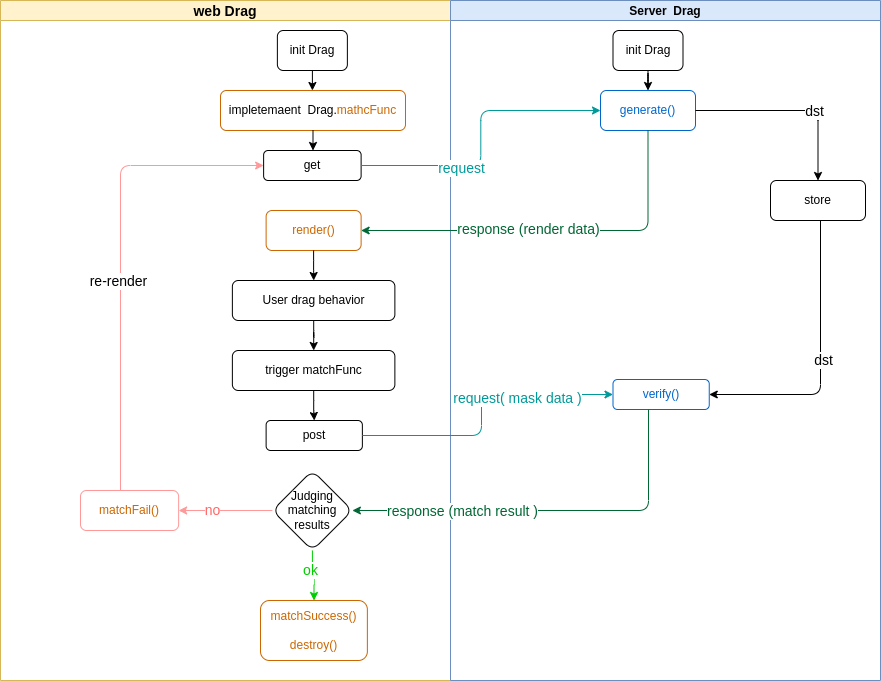
Earlier version of the draw.io export docs/logic.png (RLOFLS/drag-captcha). Source tidied: cells renumbered, new cells last; positions are measured from the earlier drawing's top-left corner, leaving out a move shared by most shapes.
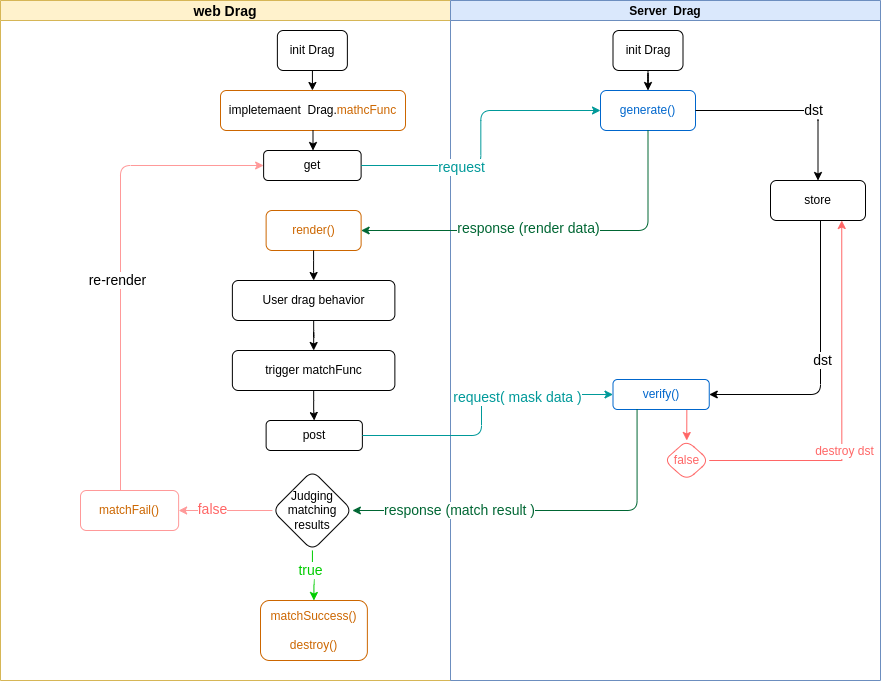
Above is the later version.

What changed in the source:
```diff
@@ -50,7 +50,7 @@
     <mxCell id="17" style="edgeStyle=orthogonalEdgeStyle;rounded=1;jettySize=auto;html=1;fontSize=14;strokeColor=#00CC00;" parent="2" edge="1" source="15" target="16">
       <mxGeometry relative="1" as="geometry" />
     </mxCell>
-    <mxCell id="18" value="ok" style="edgeLabel;html=1;align=center;verticalAlign=middle;fontSize=14;fontColor=#00CC00;" parent="17" vertex="1">
+    <mxCell id="18" value="true" style="edgeLabel;html=1;align=center;verticalAlign=middle;fontSize=14;fontColor=#00CC00;" parent="17" vertex="1">
       <mxGeometry x="-0.24" y="-2" relative="1" as="geometry" />
     </mxCell>
     <mxCell id="19" style="edgeStyle=orthogonalEdgeStyle;rounded=1;jettySize=auto;html=1;entryX=0;entryY=0.5;entryDx=0;entryDy=0;fontSize=14;strokeColor=#FF9999;" parent="2" edge="1" source="21" target="7">
@@ -69,7 +69,7 @@
     <mxCell id="22" style="edgeStyle=orthogonalEdgeStyle;rounded=1;jettySize=auto;html=1;fontSize=14;fontColor=#FF6666;strokeColor=#FF9999;" parent="2" edge="1" source="15" target="21">
       <mxGeometry relative="1" as="geometry" />
     </mxCell>
-    <mxCell id="23" value="no" style="edgeLabel;html=1;align=center;verticalAlign=middle;fontSize=14;fontColor=#FF6666;" parent="22" vertex="1">
+    <mxCell id="23" value="false" style="edgeLabel;html=1;align=center;verticalAlign=middle;fontSize=14;fontColor=#FF6666;" parent="22" vertex="1">
       <mxGeometry x="0.28" y="-1" relative="1" as="geometry" />
     </mxCell>
     <mxCell id="24" value="Server  Drag" style="swimlane;startSize=20;fillColor=#dae8fc;strokeColor=#6c8ebf;" parent="1" vertex="1">
@@ -97,6 +97,9 @@
     <mxCell id="30" value="dst" style="edgeLabel;html=1;align=center;verticalAlign=middle;fontSize=14;" parent="29" vertex="1">
       <mxGeometry x="0.22" relative="1" as="geometry" />
     </mxCell>
+    <mxCell id="42" style="edgeStyle=orthogonalEdgeStyle;rounded=0;jettySize=auto;html=1;exitX=0.75;exitY=1;exitDx=0;exitDy=0;entryX=0.5;entryY=0;entryDx=0;entryDy=0;strokeColor=#FF6666;" parent="24" edge="1" source="31" target="45">
+      <mxGeometry relative="1" as="geometry" />
+    </mxCell>
     <mxCell id="31" value="&lt;font color=&quot;#0066cc&quot;&gt;verify()&lt;/font&gt;" style="rounded=1;whiteSpace=wrap;html=1;strokeColor=#0066CC;" parent="24" vertex="1">
       <mxGeometry x="162.5" y="379" width="96.2" height="30" as="geometry" />
     </mxCell>
@@ -106,6 +109,15 @@
     <mxCell id="33" value="init Drag" style="rounded=1;whiteSpace=wrap;html=1;" parent="24" vertex="1">
       <mxGeometry x="162.5" y="30" width="70" height="40" as="geometry" />
     </mxCell>
+    <mxCell id="43" style="edgeStyle=orthogonalEdgeStyle;rounded=0;jettySize=auto;html=1;entryX=0.75;entryY=1;entryDx=0;entryDy=0;strokeColor=#FF6666;" parent="24" edge="1" source="45" target="28">
+      <mxGeometry relative="1" as="geometry" />
+    </mxCell>
+    <mxCell id="44" value="&lt;font color=&quot;#ff6666&quot;&gt;destroy dst&lt;/font&gt;" style="edgeLabel;html=1;align=center;verticalAlign=middle;" parent="43" vertex="1">
+      <mxGeometry x="-0.24" y="-2" relative="1" as="geometry" />
+    </mxCell>
+    <mxCell id="45" value="&lt;font color=&quot;#ff6666&quot;&gt;false&lt;/font&gt;" style="rhombus;whiteSpace=wrap;html=1;rounded=1;strokeColor=#FF6666;" parent="24" vertex="1">
+      <mxGeometry x="213.8" y="440" width="45" height="40" as="geometry" />
+    </mxCell>
     <mxCell id="34" style="edgeStyle=orthogonalEdgeStyle;rounded=1;jettySize=auto;html=1;entryX=0;entryY=0.5;entryDx=0;entryDy=0;exitX=1;exitY=0.5;exitDx=0;exitDy=0;strokeColor=#009999;" parent="1" edge="1" source="7" target="25">
       <mxGeometry relative="1" as="geometry" />
     </mxCell>
@@ -133,10 +145,10 @@
     <mxCell id="39" value="request( mask data )" style="edgeLabel;html=1;align=center;verticalAlign=middle;fontSize=14;fontColor=#009999;" parent="38" vertex="1">
       <mxGeometry x="0.35" y="-3" relative="1" as="geometry" />
     </mxCell>
-    <mxCell id="40" style="edgeStyle=orthogonalEdgeStyle;rounded=1;jettySize=auto;html=1;fontSize=14;entryX=1;entryY=0.5;entryDx=0;entryDy=0;strokeColor=#006633;" parent="1" edge="1" source="31" target="15">
+    <mxCell id="40" style="edgeStyle=orthogonalEdgeStyle;rounded=1;jettySize=auto;html=1;fontSize=14;entryX=1;entryY=0.5;entryDx=0;entryDy=0;strokeColor=#006633;exitX=0.25;exitY=1;exitDx=0;exitDy=0;" parent="1" edge="1" source="31" target="15">
       <mxGeometry relative="1" as="geometry">
         <Array as="points">
-          <mxPoint x="648" y="510" />
+          <mxPoint x="637" y="510" />
         </Array>
       </mxGeometry>
     </mxCell>
```
